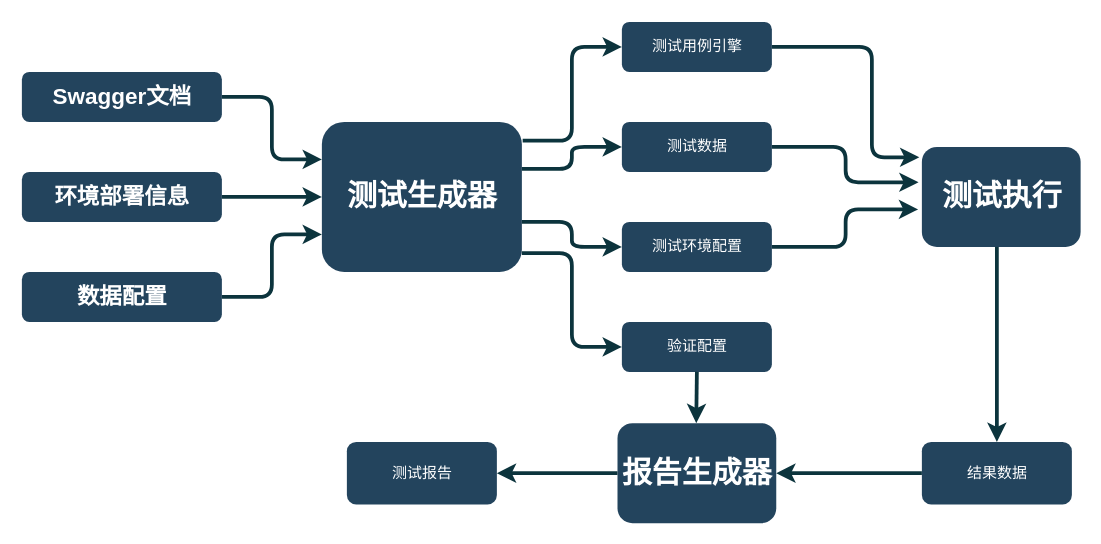
Earlier version of the draw.io diagram APITestGenerator.drawio (xiongxiaoqing614/diagrams). Source tidied: cells renumbered, new cells numbered last; positions are measured from the earlier drawing's top-left corner, leaving out a move shared by most shapes. Both pictures are drawn from the tidied source at 125%, with x=0, y=0 at pixel (21, 21).
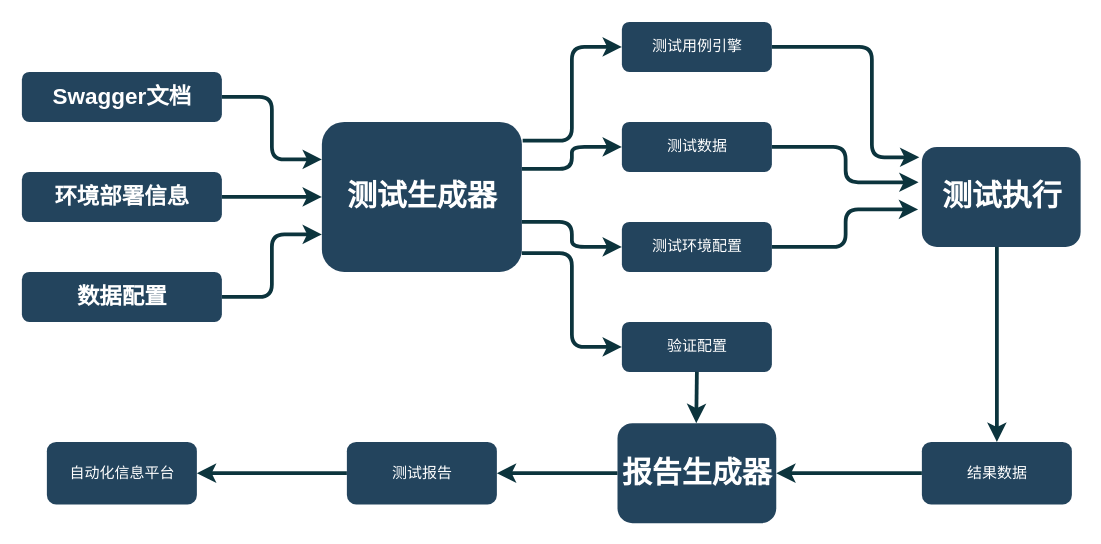
The same diagram, later.

Unchanged cells that the change refers to:
```xml
<mxCell id="26" value="&lt;font color=&quot;#ffffff&quot;&gt;测试报告&lt;/font&gt;" style="rounded=1;fillColor=#23445D;strokeColor=none;strokeWidth=2;gradientColor=none;fontFamily=Helvetica;html=1;" parent="1" vertex="1">
  <mxGeometry x="260" y="336" width="120" height="50" as="geometry" />
</mxCell>
```

Diff of the diagram source:
```diff
@@
+    <mxCell id="28" value="&lt;font color=&quot;#ffffff&quot;&gt;自动化信息平台&lt;/font&gt;" style="rounded=1;fillColor=#23445D;strokeColor=none;strokeWidth=2;gradientColor=none;fontFamily=Helvetica;html=1;" parent="1" vertex="1">
+      <mxGeometry x="20" y="336" width="120" height="50" as="geometry" />
+    </mxCell>
+    <mxCell id="29" style="edgeStyle=elbowEdgeStyle;elbow=horizontal;strokeWidth=3;strokeColor=#0C343D;fontFamily=Helvetica;html=1;exitX=0;exitY=0.5;exitDx=0;exitDy=0;" parent="1" edge="1" source="26">
+      <mxGeometry x="-500.1" y="1118.5" as="geometry">
+        <mxPoint x="140" y="361" as="targetPoint" />
+        <Array as="points">
+          <mxPoint x="200" y="330" />
+          <mxPoint x="83.5" y="418" />
+        </Array>
+      </mxGeometry>
+    </mxCell>
```
